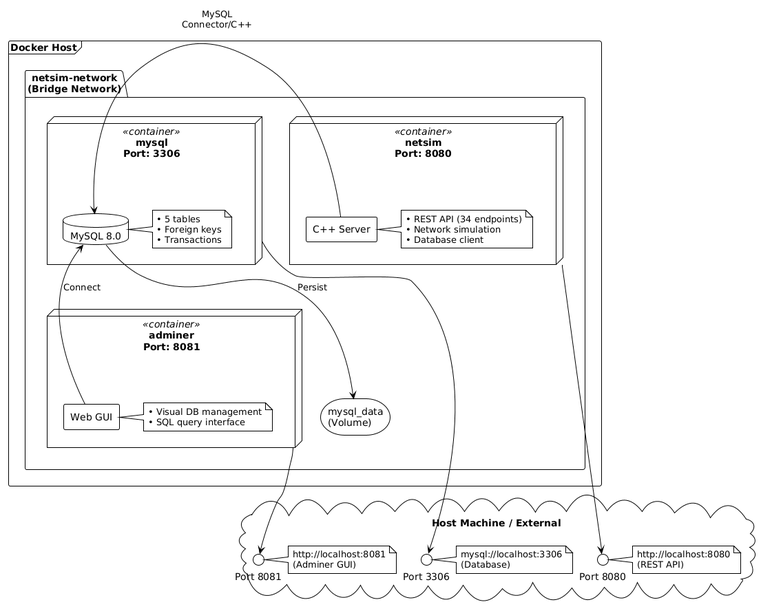
The PlantUML diagram docs/UML/docker_deployment.png in UmarlyPoeta/inzynieria_oprogramowania, before a commit. Its source is kept beside it as docs/docker_deployment.puml.
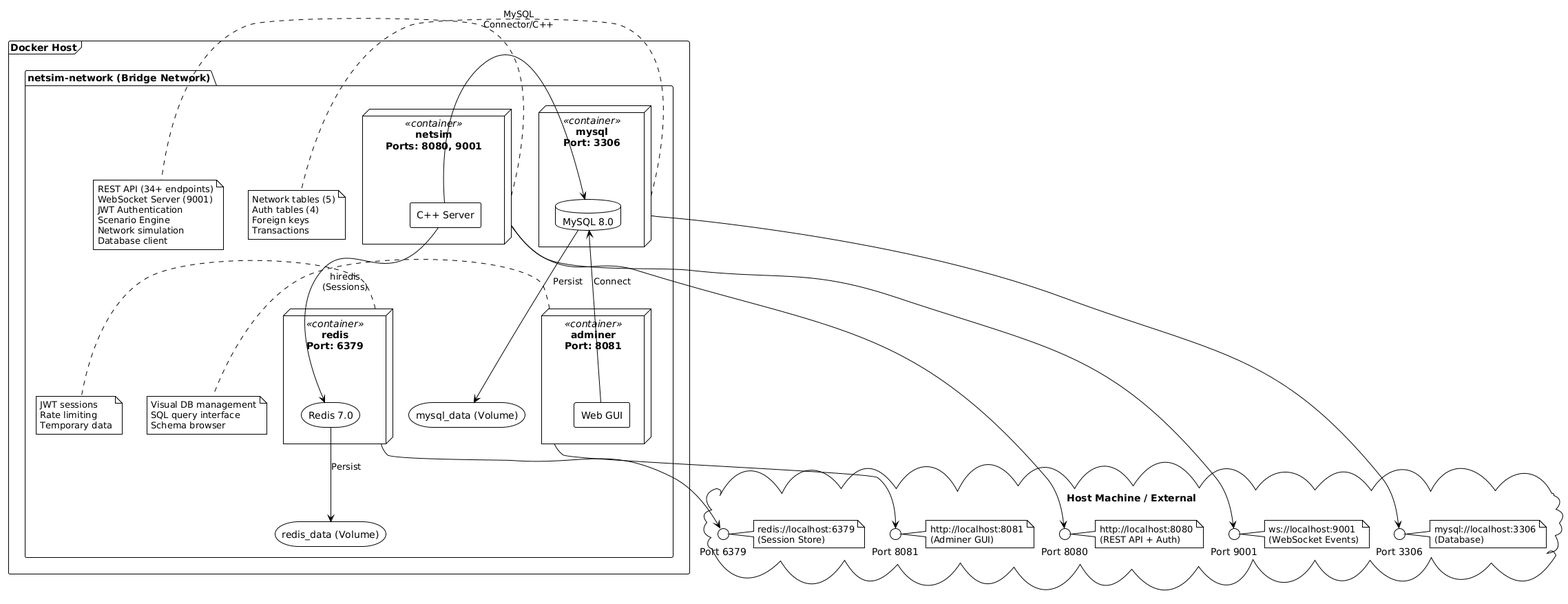
After the change.

Change to the diagram source:
```diff
@@ -3,55 +3,84 @@
 skinparam componentStyle rectangle
 
 frame "Docker Host" {
-  package "netsim-network\n(Bridge Network)" {
+  package "netsim-network (Bridge Network)" {
 
-    node "netsim\nPort: 8080" as netsim <<container>> {
+    node "netsim\nPorts: 8080, 9001" as netsim <<container>> {
       component "C++ Server" as cpp
-      note right of cpp
-        • REST API (34 endpoints)
-        • Network simulation
-        • Database client
-      end note
     }
+    note right of netsim
+      REST API (34+ endpoints)
+      WebSocket Server (9001)
+      JWT Authentication
+      Scenario Engine
+      Network simulation
+      Database client
+    end note
 
     node "mysql\nPort: 3306" as mysql <<container>> {
       database "MySQL 8.0" as db
-      note right of db
-        • 5 tables
-        • Foreign keys
-        • Transactions
-      end note
     }
+    note right of mysql
+      Network tables (5)
+      Auth tables (4)
+      Foreign keys
+      Transactions
+    end note
+
+    node "redis\nPort: 6379" as redis <<container>> {
+      storage "Redis 7.0" as cache
+    }
+    note right of redis
+      JWT sessions
+      Rate limiting
+      Temporary data
+    end note
 
     node "adminer\nPort: 8081" as adminer <<container>> {
       component "Web GUI" as gui
-      note right of gui
-        • Visual DB management
-        • SQL query interface
-      end note
     }
+    note right of adminer
+      Visual DB management
+      SQL query interface
+      Schema browser
+    end note
 
-    storage "mysql_data\n(Volume)" as volume
+    storage "mysql_data (Volume)" as volume
+    storage "redis_data (Volume)" as rvolume
 
     cpp -right-> db : MySQL\nConnector/C++
+    cpp -down-> cache : hiredis\n(Sessions)
     gui -up-> db : Connect
     db -down-> volume : Persist
+    cache -down-> rvolume : Persist
   }
 }
 
 cloud "Host Machine / External" as host {
   interface "Port 8080" as p8080
+  interface "Port 9001" as p9001
   interface "Port 3306" as p3306
+  interface "Port 6379" as p6379
   interface "Port 8081" as p8081
 
   note right of p8080
     http://localhost:8080
-    (REST API)
+    (REST API + Auth)
+  end note
+
+  note right of p9001
+    ws://localhost:9001
+    (WebSocket Events)
   end note
 
   note right of p3306
     mysql://localhost:3306
     (Database)
+  end note
+
+  note right of p6379
+    redis://localhost:6379
+    (Session Store)
   end note
 
   note right of p8081
@@ -61,7 +90,9 @@
 }
 
 netsim -down-> p8080
+netsim -down-> p9001
 mysql -down-> p3306
+redis -down-> p6379
 adminer -down-> p8081
 
 @enduml
```
